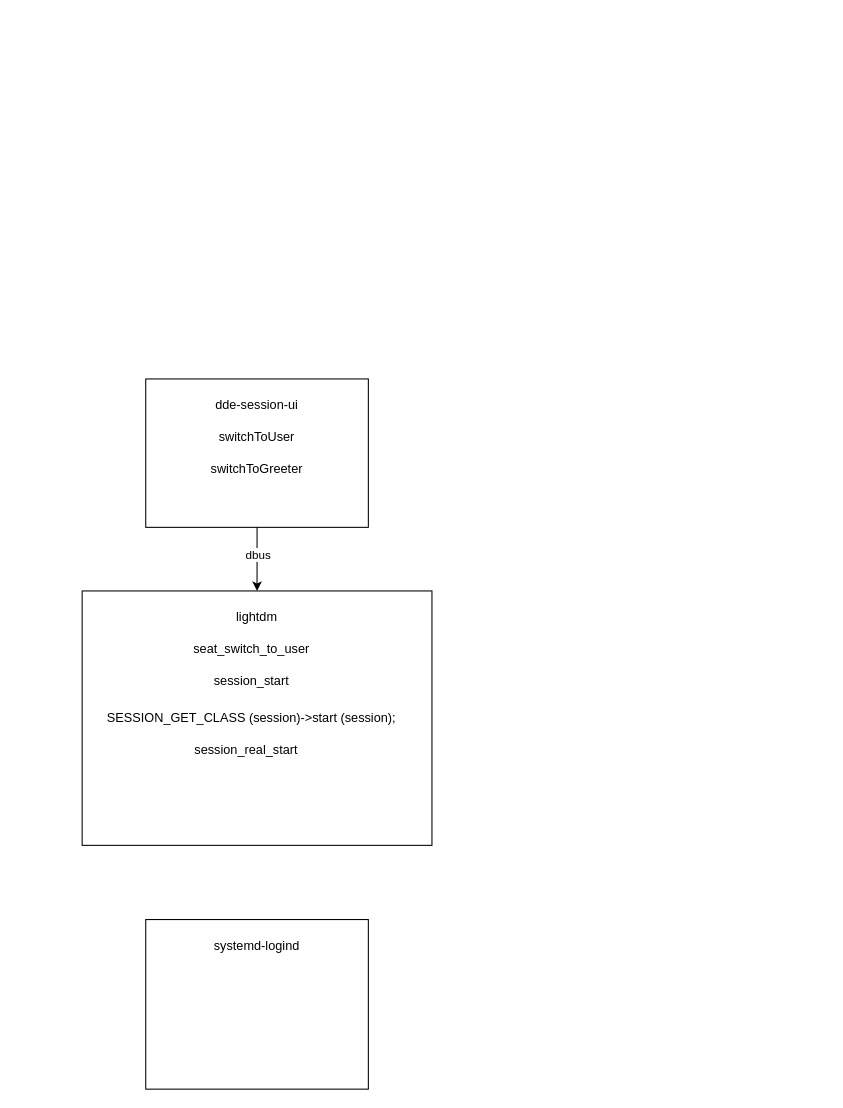
The draw.io diagram tty-x-switch.drawio in Allinaent/share, before the edit. Source tidied: cells renumbered, new cells numbered last; positions are measured from the earlier drawing's top-left corner, leaving out a move shared by most shapes. Both pictures are drawn from the tidied source at 106%, with x=0, y=0 at pixel (82, 378).
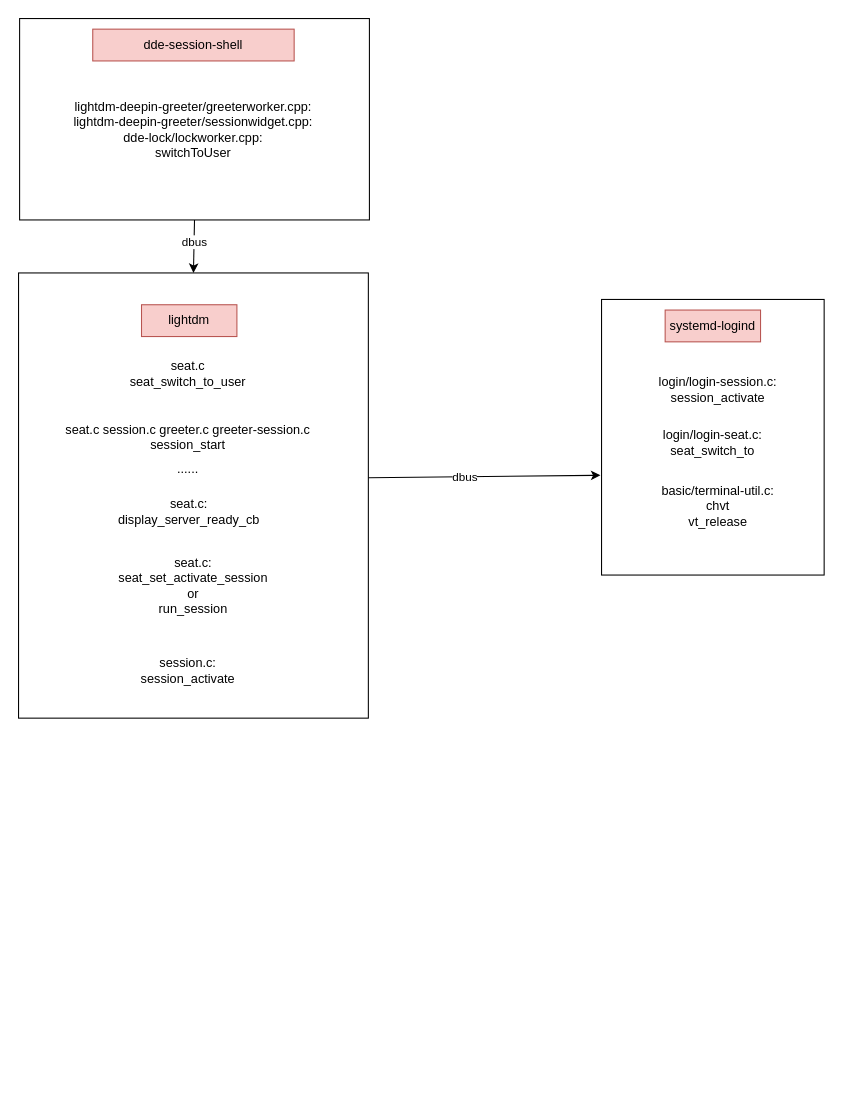
Above is the later version.

Change to the diagram source:
```diff
@@
     <mxCell id="2" style="rounded=0;whiteSpace=wrap;html=1;" parent="1" vertex="1">
-      <mxGeometry x="60" width="210" height="140" as="geometry" />
+      <mxGeometry x="-59" y="-340" width="330" height="190" as="geometry" />
     </mxCell>
-    <mxCell id="3" value="dde-session-ui" style="text;html=1;strokeColor=none;fillColor=none;align=center;verticalAlign=middle;whiteSpace=wrap;rounded=0;" parent="1" vertex="1">
-      <mxGeometry x="120" y="10" width="90" height="30" as="geometry" />
+    <mxCell id="3" value="dde-session-shell" style="text;html=1;strokeColor=#b85450;fillColor=#f8cecc;align=center;verticalAlign=middle;whiteSpace=wrap;rounded=0;" parent="1" vertex="1">
+      <mxGeometry x="10" y="-330" width="190" height="30" as="geometry" />
     </mxCell>
     <mxCell id="4" style="rounded=0;whiteSpace=wrap;html=1;" parent="1" vertex="1">
-      <mxGeometry y="200" width="330" height="240" as="geometry" />
+      <mxGeometry x="-60" y="-100" width="330" height="420" as="geometry" />
     </mxCell>
-    <mxCell id="5" value="lightdm" style="text;html=1;strokeColor=none;fillColor=none;align=center;verticalAlign=middle;whiteSpace=wrap;rounded=0;" parent="1" vertex="1">
-      <mxGeometry x="120" y="210" width="90" height="30" as="geometry" />
+    <mxCell id="5" value="lightdm" style="text;html=1;strokeColor=#b85450;fillColor=#f8cecc;align=center;verticalAlign=middle;whiteSpace=wrap;rounded=0;" parent="1" vertex="1">
+      <mxGeometry x="56" y="-70" width="90" height="30" as="geometry" />
     </mxCell>
     <mxCell id="6" style="rounded=0;whiteSpace=wrap;html=1;" parent="1" vertex="1">
-      <mxGeometry x="60" y="510" width="210" height="160" as="geometry" />
+      <mxGeometry x="490" y="-75" width="210" height="260" as="geometry" />
     </mxCell>
-    <mxCell id="7" value="systemd-logind" style="text;html=1;strokeColor=none;fillColor=none;align=center;verticalAlign=middle;whiteSpace=wrap;rounded=0;" parent="1" vertex="1">
-      <mxGeometry x="120" y="520" width="90" height="30" as="geometry" />
+    <mxCell id="7" value="systemd-logind" style="text;html=1;strokeColor=#b85450;fillColor=#f8cecc;align=center;verticalAlign=middle;whiteSpace=wrap;rounded=0;" parent="1" vertex="1">
+      <mxGeometry x="550" y="-65" width="90" height="30" as="geometry" />
     </mxCell>
@@
-    <mxCell id="10" value="seat_switch_to_user" style="text;html=1;strokeColor=none;fillColor=none;align=center;verticalAlign=middle;whiteSpace=wrap;rounded=0;" parent="1" vertex="1">
-      <mxGeometry x="100" y="240" width="120" height="30" as="geometry" />
+    <mxCell id="10" value="seat.c&lt;br&gt;seat_switch_to_user" style="text;html=1;strokeColor=none;fillColor=none;align=center;verticalAlign=middle;whiteSpace=wrap;rounded=0;" parent="1" vertex="1">
+      <mxGeometry x="40" y="-20" width="120" height="30" as="geometry" />
     </mxCell>
-    <mxCell id="11" value="session_start" style="text;html=1;strokeColor=none;fillColor=none;align=center;verticalAlign=middle;whiteSpace=wrap;rounded=0;" parent="1" vertex="1">
-      <mxGeometry x="100" y="270" width="120" height="30" as="geometry" />
+    <mxCell id="11" value="seat.c session.c greeter.c greeter-session.c&lt;br&gt;session_start" style="text;html=1;strokeColor=none;fillColor=none;align=center;verticalAlign=middle;whiteSpace=wrap;rounded=0;" parent="1" vertex="1">
+      <mxGeometry x="-30" y="40" width="260" height="30" as="geometry" />
     </mxCell>
-    <mxCell id="12" value="SESSION_GET_CLASS (session)-&amp;gt;start (session);" style="text;html=1;strokeColor=none;fillColor=none;align=center;verticalAlign=middle;whiteSpace=wrap;rounded=0;" parent="1" vertex="1">
-      <mxGeometry x="20" y="305" width="280" height="30" as="geometry" />
+    <mxCell id="12" value="......" style="text;html=1;strokeColor=none;fillColor=none;align=center;verticalAlign=middle;whiteSpace=wrap;rounded=0;" parent="1" vertex="1">
+      <mxGeometry x="-40" y="70" width="280" height="30" as="geometry" />
     </mxCell>
-    <mxCell id="13" value="switchToUser" style="text;html=1;strokeColor=none;fillColor=none;align=center;verticalAlign=middle;whiteSpace=wrap;rounded=0;" parent="1" vertex="1">
-      <mxGeometry x="115" y="40" width="100" height="30" as="geometry" />
+    <mxCell id="13" value="lightdm-deepin-greeter/greeterworker.cpp:&lt;br&gt;lightdm-deepin-greeter/sessionwidget.cpp:&lt;br&gt;dde-lock/lockworker.cpp:&lt;br&gt;switchToUser" style="text;html=1;strokeColor=none;fillColor=none;align=center;verticalAlign=middle;whiteSpace=wrap;rounded=0;" parent="1" vertex="1">
+      <mxGeometry x="-25" y="-250" width="260" height="30" as="geometry" />
     </mxCell>
-    <mxCell id="14" value="switchToGreeter" style="text;html=1;strokeColor=none;fillColor=none;align=center;verticalAlign=middle;whiteSpace=wrap;rounded=0;" parent="1" vertex="1">
-      <mxGeometry x="115" y="70" width="100" height="30" as="geometry" />
-    </mxCell>
-    <mxCell id="15" value="session_real_start" style="text;html=1;strokeColor=none;fillColor=none;align=center;verticalAlign=middle;whiteSpace=wrap;rounded=0;" parent="1" vertex="1">
-      <mxGeometry x="95" y="335" width="120" height="30" as="geometry" />
-    </mxCell>
+    <mxCell id="16" value="basic/terminal-util.c:&lt;br&gt;chvt&lt;br&gt;vt_release&lt;br&gt;" style="text;html=1;strokeColor=none;fillColor=none;align=center;verticalAlign=middle;whiteSpace=wrap;rounded=0;" parent="1" vertex="1">
+      <mxGeometry x="540" y="95" width="120" height="50" as="geometry" />
+    </mxCell>
+    <mxCell id="17" value="login/login-session.c:&lt;br&gt;session_activate" style="text;html=1;strokeColor=none;fillColor=none;align=center;verticalAlign=middle;whiteSpace=wrap;rounded=0;" parent="1" vertex="1">
+      <mxGeometry x="540" y="-15" width="120" height="50" as="geometry" />
+    </mxCell>
+    <mxCell id="18" value="login/login-seat.c:&lt;br&gt;seat_switch_to" style="text;html=1;strokeColor=none;fillColor=none;align=center;verticalAlign=middle;whiteSpace=wrap;rounded=0;" parent="1" vertex="1">
+      <mxGeometry x="535" y="35" width="120" height="50" as="geometry" />
+    </mxCell>
+    <mxCell id="19" value="session.c:&lt;br&gt;session_activate" style="text;html=1;strokeColor=none;fillColor=none;align=center;verticalAlign=middle;whiteSpace=wrap;rounded=0;" parent="1" vertex="1">
+      <mxGeometry x="40" y="250" width="120" height="50" as="geometry" />
+    </mxCell>
+    <mxCell id="20" value="seat.c:&lt;br&gt;seat_set_activate_session&lt;br&gt;or&lt;br&gt;run_session" style="text;html=1;strokeColor=none;fillColor=none;align=center;verticalAlign=middle;whiteSpace=wrap;rounded=0;" parent="1" vertex="1">
+      <mxGeometry x="45" y="170" width="120" height="50" as="geometry" />
+    </mxCell>
+    <mxCell id="21" value="seat.c:&lt;br&gt;display_server_ready_cb" style="text;html=1;strokeColor=none;fillColor=none;align=center;verticalAlign=middle;whiteSpace=wrap;rounded=0;" parent="1" vertex="1">
+      <mxGeometry x="41" y="100" width="120" height="50" as="geometry" />
+    </mxCell>
+    <mxCell id="22" style="endArrow=classic;html=1;rounded=0;exitX=1;exitY=0.46;exitDx=0;exitDy=0;entryX=-0.005;entryY=0.638;entryDx=0;entryDy=0;exitPerimeter=0;entryPerimeter=0;" parent="1" edge="1" source="4" target="6">
+      <mxGeometry relative="1" as="geometry" />
+    </mxCell>
+    <mxCell id="23" value="dbus" style="edgeLabel;html=1;align=center;verticalAlign=middle;" parent="22" vertex="1">
+      <mxGeometry x="-0.17" relative="1" as="geometry" />
+    </mxCell>
```
